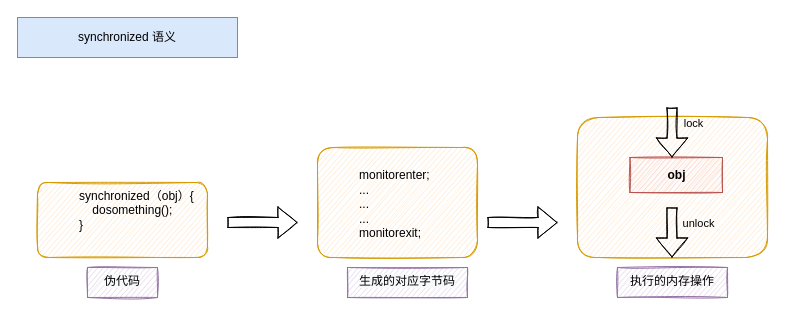
Earlier version of the draw.io diagram multiprocessor/synchronized语义.drawio (YinggangDong/diagrams). Source tidied: cells renumbered, new cells numbered last; positions are measured from the earlier drawing's top-left corner, leaving out a move shared by most shapes. Both pictures are drawn from the tidied source at 100%, with x=0, y=0 at pixel (17, 17).
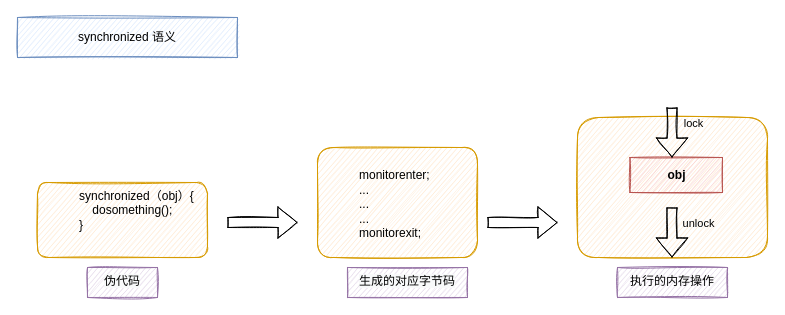
The same diagram, later.

Diff of the diagram source:
```diff
@@
-    <mxCell id="2" value="synchronized 语义" style="rounded=0;whiteSpace=wrap;html=1;fillColor=#dae8fc;strokeColor=#6c8ebf;" parent="1" vertex="1">
+    <mxCell id="2" value="synchronized 语义" style="rounded=0;whiteSpace=wrap;html=1;fillColor=#dae8fc;strokeColor=#6c8ebf;sketch=1;" parent="1" vertex="1">
       <mxGeometry width="220" height="40" as="geometry" />
     </mxCell>
```
